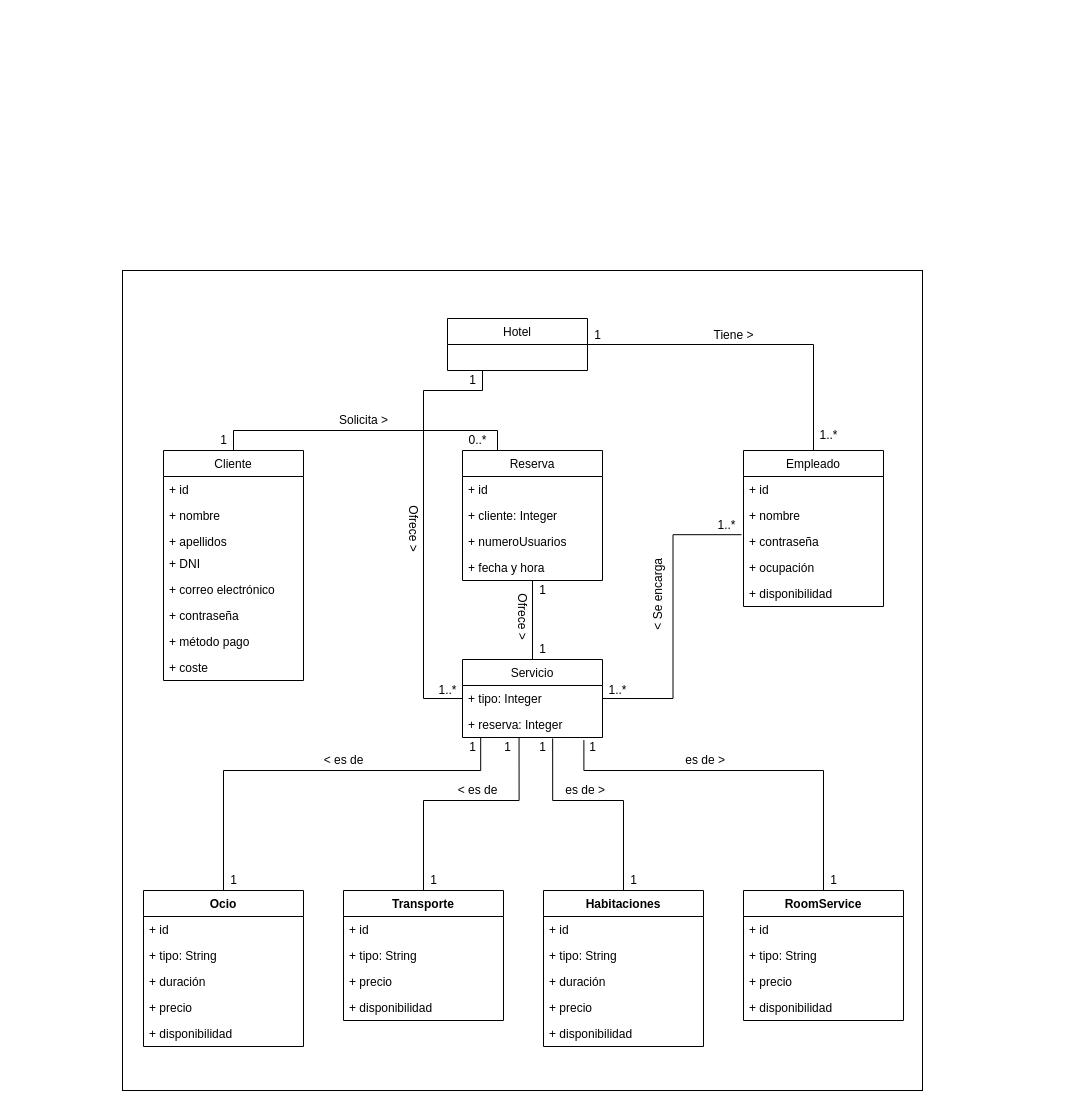
Above: Diagrams/Modelo_dominio_Concierge.drawio in javierMorales9/ISST-Grupo02-Conc (draw.io), before the change. Source tidied: cells renumbered, new cells numbered last; positions are measured from the earlier drawing's top-left corner, leaving out a move shared by most shapes. Both pictures are drawn from the tidied source at 100%, with x=0, y=0 at pixel (122, 270).
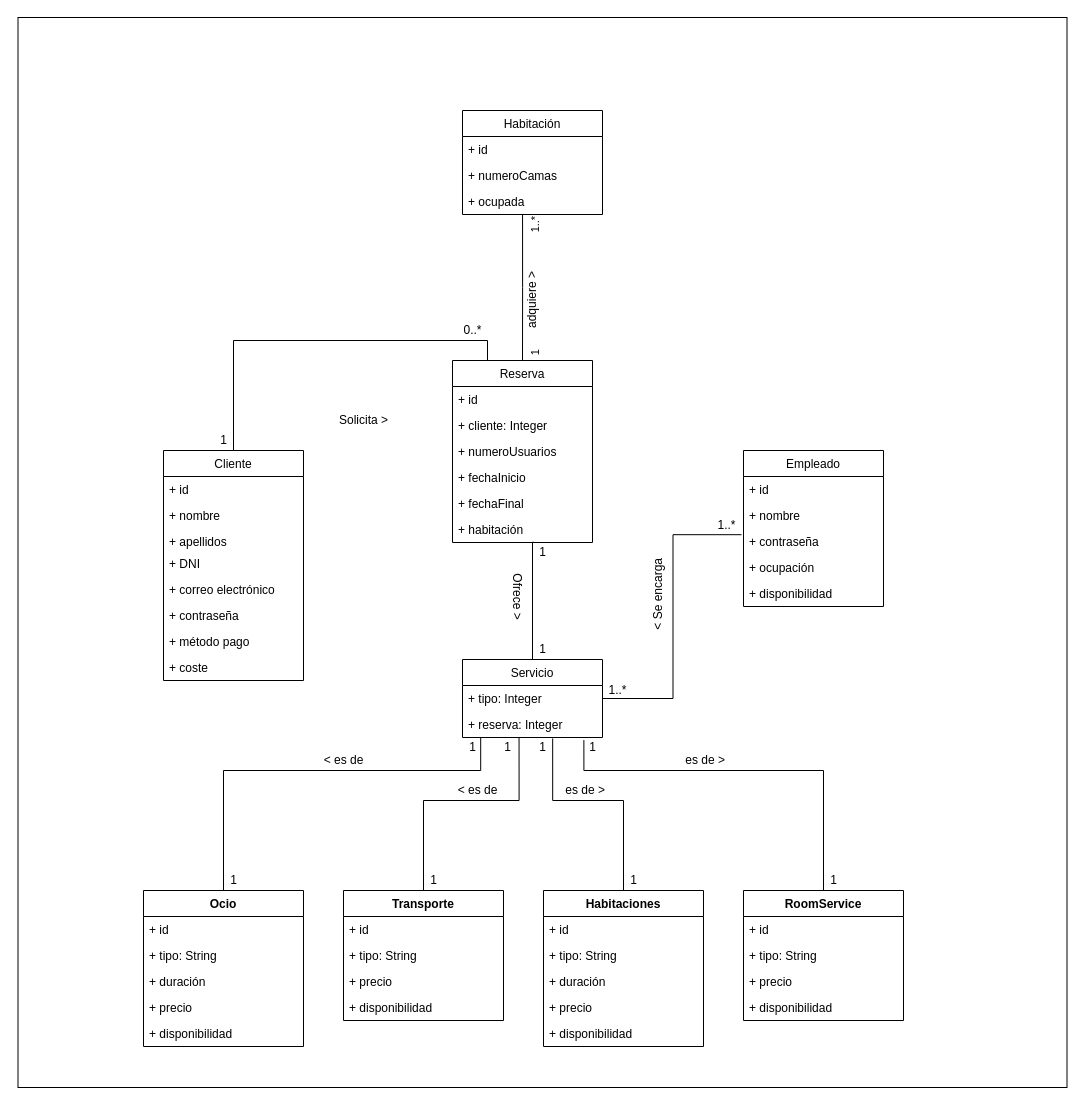
The same page after the edit.

The change refers to these unchanged cells:
```xml
<mxCell id="26" value="Servicio" style="swimlane;fontStyle=0;horizontal=1;startSize=26;fillColor=none;" parent="1" vertex="1">
  <mxGeometry x="340" y="389" width="140" height="78" as="geometry" />
</mxCell>
<mxCell id="27" value="+ tipo: Integer" style="text;strokeColor=none;fillColor=none;align=left;verticalAlign=top;spacingLeft=4;spacingRight=4;overflow=hidden;points=[[0,0.5],[1,0.5]];portConstraint=eastwest;" parent="26" vertex="1">
  <mxGeometry y="26" width="140" height="26" as="geometry" />
</mxCell>
<mxCell id="30" value="Empleado" style="swimlane;fontStyle=0;horizontal=1;startSize=26;fillColor=none;" parent="1" vertex="1">
  <mxGeometry x="621" y="180" width="140" height="156" as="geometry" />
</mxCell>
```

Diff of the diagram source:
```diff
@@
     <mxCell id="2" style="html=1;" parent="1" vertex="1">
-      <mxGeometry width="800" height="820" as="geometry" />
+      <mxGeometry x="-104.5" y="-253" width="1049" height="1070" as="geometry" />
     </mxCell>
@@
-    <mxCell id="13" style="edgeStyle=orthogonalEdgeStyle;rounded=0;jettySize=auto;html=1;entryX=0.5;entryY=0;entryDx=0;entryDy=0;endArrow=none;endFill=0;" parent="1" edge="1" source="15" target="30">
-      <mxGeometry relative="1" as="geometry" />
-    </mxCell>
-    <mxCell id="14" style="edgeStyle=orthogonalEdgeStyle;rounded=0;jettySize=auto;html=1;exitX=0.25;exitY=1;exitDx=0;exitDy=0;endArrow=none;endFill=0;entryX=0;entryY=0.5;entryDx=0;entryDy=0;" parent="1" edge="1" source="15" target="27">
-      <mxGeometry relative="1" as="geometry">
-        <Array as="points">
-          <mxPoint x="360" y="120" />
-          <mxPoint x="301" y="120" />
-          <mxPoint x="301" y="428" />
-        </Array>
-      </mxGeometry>
-    </mxCell>
-    <mxCell id="15" value="Hotel" style="swimlane;fontStyle=0;horizontal=1;startSize=26;fillColor=none;" parent="1" vertex="1">
-      <mxGeometry x="325" y="48" width="140" height="52" as="geometry" />
-    </mxCell>
-    <mxCell id="16" style="edgeStyle=orthogonalEdgeStyle;rounded=0;jettySize=auto;html=1;entryX=0.5;entryY=0;entryDx=0;entryDy=0;endArrow=none;endFill=0;" parent="1" edge="1" source="17" target="26">
-      <mxGeometry relative="1" as="geometry" />
+    <mxCell id="16" style="edgeStyle=orthogonalEdgeStyle;rounded=0;jettySize=auto;html=1;endArrow=none;endFill=0;exitX=0.583;exitY=0.991;exitDx=0;exitDy=0;exitPerimeter=0;entryX=0.5;entryY=0;entryDx=0;entryDy=0;" parent="1" edge="1" source="86" target="26">
+      <mxGeometry relative="1" as="geometry">
+        <Array as="points">
+          <mxPoint x="410" y="272" />
+        </Array>
+      </mxGeometry>
     </mxCell>
     <mxCell id="17" value="Reserva" style="swimlane;fontStyle=0;horizontal=1;startSize=26;fillColor=none;" parent="1" vertex="1">
-      <mxGeometry x="340" y="180" width="140" height="130" as="geometry" />
+      <mxGeometry x="330" y="90" width="140" height="182" as="geometry" />
     </mxCell>
@@
-    <mxCell id="21" value="+ fecha y hora" style="text;strokeColor=none;fillColor=none;align=left;verticalAlign=top;spacingLeft=4;spacingRight=4;overflow=hidden;" parent="17" vertex="1">
+    <mxCell id="21" value="+ fechaInicio" style="text;strokeColor=none;fillColor=none;align=left;verticalAlign=top;spacingLeft=4;spacingRight=4;overflow=hidden;" parent="17" vertex="1">
       <mxGeometry y="104" width="140" height="26" as="geometry" />
     </mxCell>
+    <mxCell id="85" value="+ fechaFinal" style="text;strokeColor=none;fillColor=none;align=left;verticalAlign=top;spacingLeft=4;spacingRight=4;overflow=hidden;" parent="17" vertex="1">
+      <mxGeometry y="130" width="140" height="26" as="geometry" />
+    </mxCell>
+    <mxCell id="86" value="+ habitación" style="text;strokeColor=none;fillColor=none;align=left;verticalAlign=top;spacingLeft=4;spacingRight=4;overflow=hidden;points=[[0,0.5],[1,0.5]];portConstraint=eastwest;" parent="17" vertex="1">
+      <mxGeometry y="156" width="140" height="26" as="geometry" />
+    </mxCell>
@@
     <mxCell id="37" value="Ofrece &amp;gt;" style="text;html=1;align=center;verticalAlign=middle;rotation=90;" parent="1" vertex="1">
-      <mxGeometry x="370" y="336" width="60" height="20" as="geometry" />
+      <mxGeometry x="365" y="316" width="60" height="20" as="geometry" />
     </mxCell>
@@
     <mxCell id="40" value="0..*" style="text;html=1;align=center;verticalAlign=middle;" parent="1" vertex="1">
-      <mxGeometry x="340" y="160" width="30" height="20" as="geometry" />
+      <mxGeometry x="335" y="50" width="30" height="20" as="geometry" />
     </mxCell>
     <mxCell id="41" value="1" style="text;html=1;align=center;verticalAlign=middle;" parent="1" vertex="1">
-      <mxGeometry x="410" y="310" width="20" height="20" as="geometry" />
+      <mxGeometry x="410" y="272" width="20" height="20" as="geometry" />
     </mxCell>
@@
-    <mxCell id="45" value="Tiene &amp;gt;" style="text;html=1;align=center;verticalAlign=middle;" parent="1" vertex="1">
-      <mxGeometry x="581" y="55" width="60" height="20" as="geometry" />
-    </mxCell>
-    <mxCell id="46" value="Ofrece &amp;gt;" style="text;html=1;align=center;verticalAlign=middle;rotation=90;" parent="1" vertex="1">
-      <mxGeometry x="261" y="248" width="60" height="20" as="geometry" />
-    </mxCell>
-    <mxCell id="47" value="1..*" style="text;html=1;align=center;verticalAlign=middle;" parent="1" vertex="1">
-      <mxGeometry x="691" y="155" width="30" height="20" as="geometry" />
-    </mxCell>
-    <mxCell id="48" value="1..*" style="text;html=1;align=center;verticalAlign=middle;" parent="1" vertex="1">
-      <mxGeometry x="310" y="410" width="30" height="20" as="geometry" />
-    </mxCell>
-    <mxCell id="49" value="1" style="text;html=1;align=center;verticalAlign=middle;" parent="1" vertex="1">
-      <mxGeometry x="465" y="55" width="20" height="20" as="geometry" />
-    </mxCell>
-    <mxCell id="50" value="1" style="text;html=1;align=center;verticalAlign=middle;" parent="1" vertex="1">
-      <mxGeometry x="340" y="100" width="20" height="20" as="geometry" />
-    </mxCell>
@@
+    <mxCell id="87" value="Habitación" style="swimlane;fontStyle=0;horizontal=1;startSize=26;fillColor=none;" parent="1" vertex="1">
+      <mxGeometry x="340" y="-160" width="140" height="104" as="geometry" />
+    </mxCell>
+    <mxCell id="88" value="+ id" style="text;strokeColor=none;fillColor=none;align=left;verticalAlign=top;spacingLeft=4;spacingRight=4;overflow=hidden;" parent="87" vertex="1">
+      <mxGeometry y="26" width="140" height="26" as="geometry" />
+    </mxCell>
+    <mxCell id="89" value="+ numeroCamas" style="text;strokeColor=none;fillColor=none;align=left;verticalAlign=top;spacingLeft=4;spacingRight=4;overflow=hidden;" parent="87" vertex="1">
+      <mxGeometry y="52" width="140" height="26" as="geometry" />
+    </mxCell>
+    <mxCell id="90" value="+ ocupada" style="text;strokeColor=none;fillColor=none;align=left;verticalAlign=top;spacingLeft=4;spacingRight=4;overflow=hidden;points=[[0,0.5],[1,0.5]];portConstraint=eastwest;" parent="87" vertex="1">
+      <mxGeometry y="78" width="140" height="26" as="geometry" />
+    </mxCell>
+    <mxCell id="91" style="endArrow=none;html=1;edgeStyle=orthogonalEdgeStyle;entryX=0.5;entryY=0;entryDx=0;entryDy=0;exitX=0.429;exitY=0.985;exitDx=0;exitDy=0;exitPerimeter=0;rounded=0;" parent="1" edge="1" source="90" target="17">
+      <mxGeometry relative="1" as="geometry" />
+    </mxCell>
+    <mxCell id="92" value="1..*" style="edgeLabel;html=1;align=left;verticalAlign=top;horizontal=0;" parent="91" vertex="1">
+      <mxGeometry x="-1" relative="1" as="geometry">
+        <mxPoint y="20.7" as="offset" />
+      </mxGeometry>
+    </mxCell>
+    <mxCell id="93" value="1" style="edgeLabel;html=1;align=right;verticalAlign=top;horizontal=0;" parent="91" vertex="1">
+      <mxGeometry x="1" relative="1" as="geometry">
+        <mxPoint y="-10.3" as="offset" />
+      </mxGeometry>
+    </mxCell>
+    <mxCell id="94" value="adquiere &amp;gt;" style="text;html=1;align=center;verticalAlign=middle;horizontal=0;" parent="1" vertex="1">
+      <mxGeometry x="395" width="30" height="60" as="geometry" />
+    </mxCell>
```
